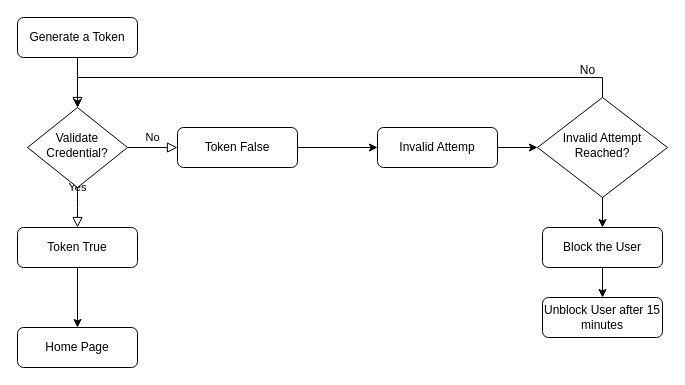
This is Untitled Diagram.drawio from joelverg/age-teller, a draw.io file, before an edit. Source tidied: cells renumbered, new cells numbered last; positions are measured from the earlier drawing's top-left corner, leaving out a move shared by most shapes. Both pictures are drawn from the tidied source at 100%, with x=0, y=0 at pixel (17, 17).
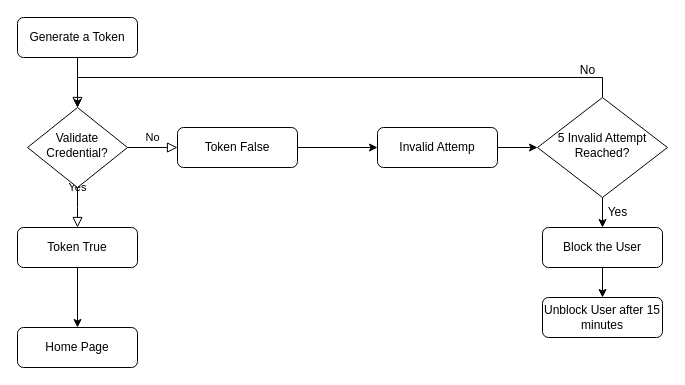
After the change.

Change to the diagram source:
```diff
@@
-    <mxCell id="14" value="Invalid Attempt Reached?" style="rhombus;whiteSpace=wrap;html=1;shadow=0;fontFamily=Helvetica;fontSize=12;align=center;strokeWidth=1;spacing=6;spacingTop=-4;" parent="1" vertex="1">
+    <mxCell id="14" value="5 Invalid Attempt Reached?" style="rhombus;whiteSpace=wrap;html=1;shadow=0;fontFamily=Helvetica;fontSize=12;align=center;strokeWidth=1;spacing=6;spacingTop=-4;" parent="1" vertex="1">
       <mxGeometry x="520" y="80" width="130" height="100" as="geometry" />
     </mxCell>
@@
+    <mxCell id="21" value="Yes" style="text;html=1;align=center;verticalAlign=middle;strokeColor=none;fillColor=none;" parent="1" vertex="1">
+      <mxGeometry x="580" y="180" width="40" height="30" as="geometry" />
+    </mxCell>
```
